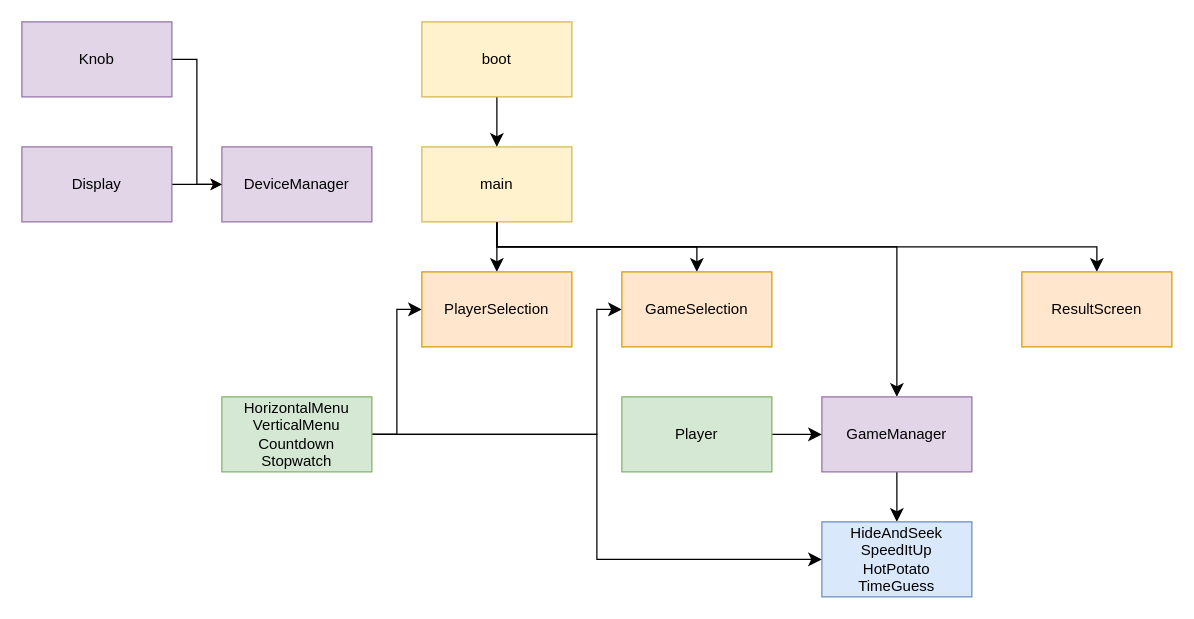
Before: assets/Klassendiagramm.drawio in flavian-ost/Reacto, a draw.io diagram. Source tidied: cells renumbered, new cells numbered last; positions are measured from the earlier drawing's top-left corner, leaving out a move shared by most shapes. Both pictures are drawn from the tidied source at 125%, with x=0, y=0 at pixel (21, 21).
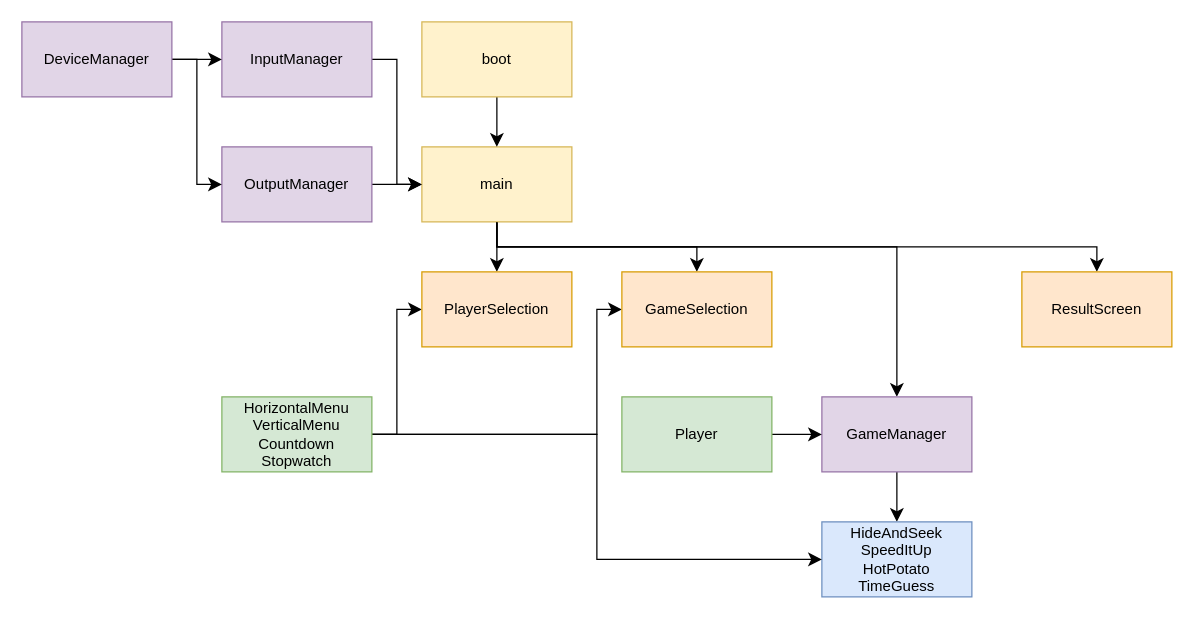
Above is the later version.

Unchanged cells that the change refers to:
```xml
<mxCell id="5" value="main" style="rounded=0;whiteSpace=wrap;html=1;fillColor=#fff2cc;strokeColor=#d6b656;" parent="1" vertex="1">
  <mxGeometry x="320" y="100" width="120" height="60" as="geometry" />
</mxCell>
```

Diff of the diagram source:
```diff
@@
+    <mxCell id="26" style="edgeStyle=orthogonalEdgeStyle;rounded=0;jettySize=auto;html=1;exitX=1;exitY=0.5;exitDx=0;exitDy=0;entryX=0;entryY=0.5;entryDx=0;entryDy=0;fontSize=12;startSize=8;endSize=8;" parent="1" edge="1" source="27" target="5">
+      <mxGeometry relative="1" as="geometry" />
+    </mxCell>
+    <mxCell id="27" value="InputManager" style="rounded=0;whiteSpace=wrap;html=1;fillColor=#e1d5e7;strokeColor=#9673a6;" parent="1" vertex="1">
+      <mxGeometry x="160" width="120" height="60" as="geometry" />
+    </mxCell>
+    <mxCell id="28" style="edgeStyle=orthogonalEdgeStyle;rounded=0;jettySize=auto;html=1;exitX=1;exitY=0.5;exitDx=0;exitDy=0;entryX=0;entryY=0.5;entryDx=0;entryDy=0;fontSize=12;startSize=8;endSize=8;" parent="1" edge="1" source="29" target="5">
+      <mxGeometry relative="1" as="geometry" />
+    </mxCell>
+    <mxCell id="29" value="OutputManager" style="rounded=0;whiteSpace=wrap;html=1;fillColor=#e1d5e7;strokeColor=#9673a6;" parent="1" vertex="1">
+      <mxGeometry x="160" y="100" width="120" height="60" as="geometry" />
+    </mxCell>
+    <mxCell id="30" style="edgeStyle=orthogonalEdgeStyle;rounded=0;jettySize=auto;html=1;exitX=1;exitY=0.5;exitDx=0;exitDy=0;entryX=0;entryY=0.5;entryDx=0;entryDy=0;fontSize=12;startSize=8;endSize=8;" parent="1" edge="1" source="6" target="27">
+      <mxGeometry relative="1" as="geometry" />
+    </mxCell>
+    <mxCell id="31" style="edgeStyle=orthogonalEdgeStyle;rounded=0;jettySize=auto;html=1;exitX=1;exitY=0.5;exitDx=0;exitDy=0;entryX=0;entryY=0.5;entryDx=0;entryDy=0;fontSize=12;startSize=8;endSize=8;" parent="1" edge="1" source="6" target="29">
+      <mxGeometry relative="1" as="geometry" />
+    </mxCell>
     <mxCell id="6" value="DeviceManager" style="rounded=0;whiteSpace=wrap;html=1;fillColor=#e1d5e7;strokeColor=#9673a6;" parent="1" vertex="1">
-      <mxGeometry x="160" y="100" width="120" height="60" as="geometry" />
+      <mxGeometry width="120" height="60" as="geometry" />
     </mxCell>
@@
-    <mxCell id="22" style="edgeStyle=orthogonalEdgeStyle;rounded=0;jettySize=auto;html=1;exitX=1;exitY=0.5;exitDx=0;exitDy=0;entryX=0;entryY=0.5;entryDx=0;entryDy=0;" parent="1" edge="1" source="23" target="6">
-      <mxGeometry relative="1" as="geometry" />
-    </mxCell>
-    <mxCell id="23" value="Knob" style="rounded=0;whiteSpace=wrap;html=1;fillColor=#e1d5e7;strokeColor=#9673a6;" parent="1" vertex="1">
-      <mxGeometry width="120" height="60" as="geometry" />
-    </mxCell>
-    <mxCell id="24" style="edgeStyle=orthogonalEdgeStyle;rounded=0;jettySize=auto;html=1;exitX=1;exitY=0.5;exitDx=0;exitDy=0;" parent="1" edge="1" source="25">
-      <mxGeometry relative="1" as="geometry">
-        <mxPoint x="160" y="130" as="targetPoint" />
-      </mxGeometry>
-    </mxCell>
-    <mxCell id="25" value="Display" style="rounded=0;whiteSpace=wrap;html=1;fillColor=#e1d5e7;strokeColor=#9673a6;" parent="1" vertex="1">
-      <mxGeometry y="100" width="120" height="60" as="geometry" />
-    </mxCell>
```
